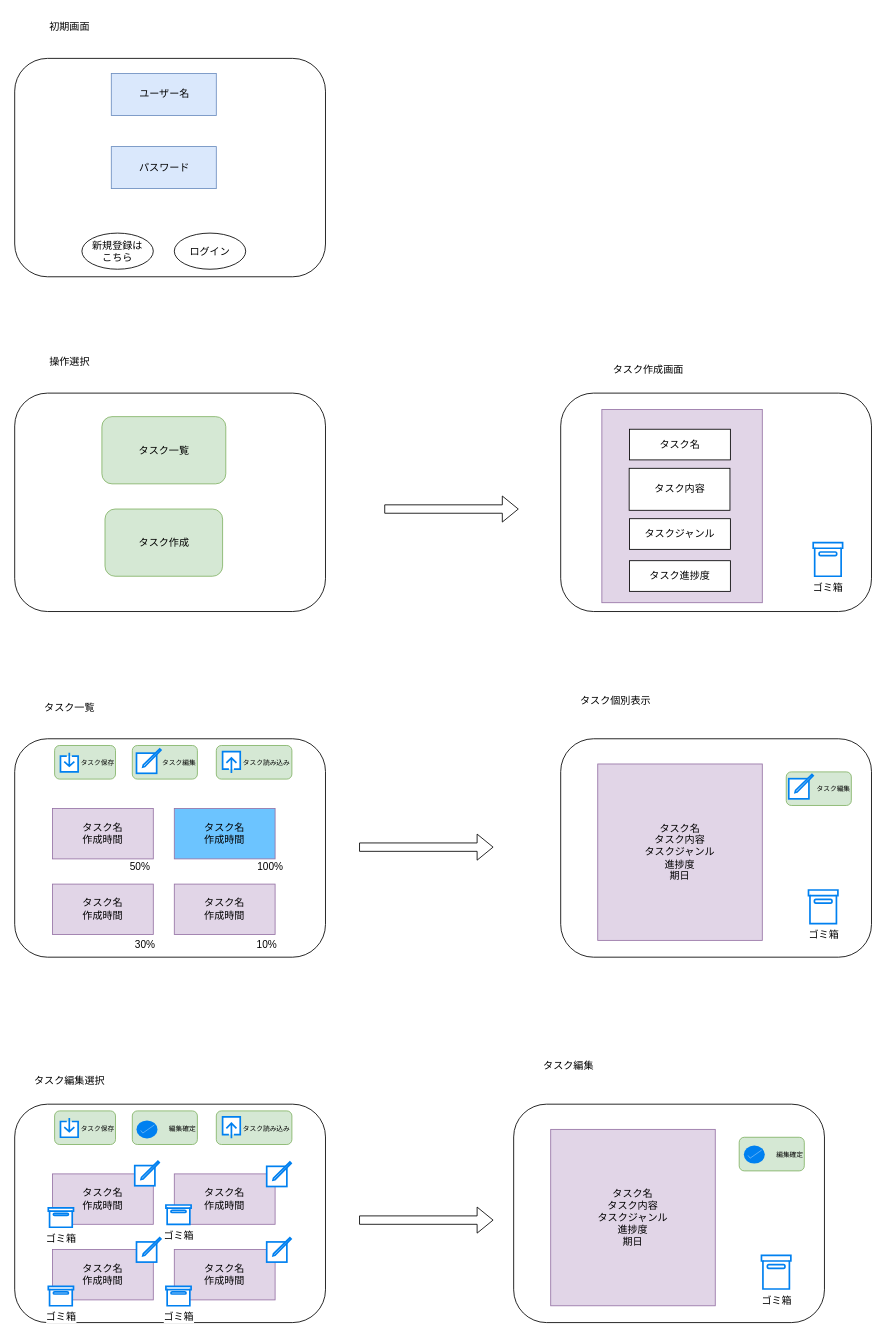
The draw.io diagram 図/screen.drawio in OMOCHInoHOSHI/2025-ToDoapp, before the edit. Source tidied: cells renumbered, new cells numbered last; positions are measured from the earlier drawing's top-left corner, leaving out a move shared by most shapes. Both pictures are drawn from the tidied source at 84%, with x=0, y=0 at pixel (14, 14).
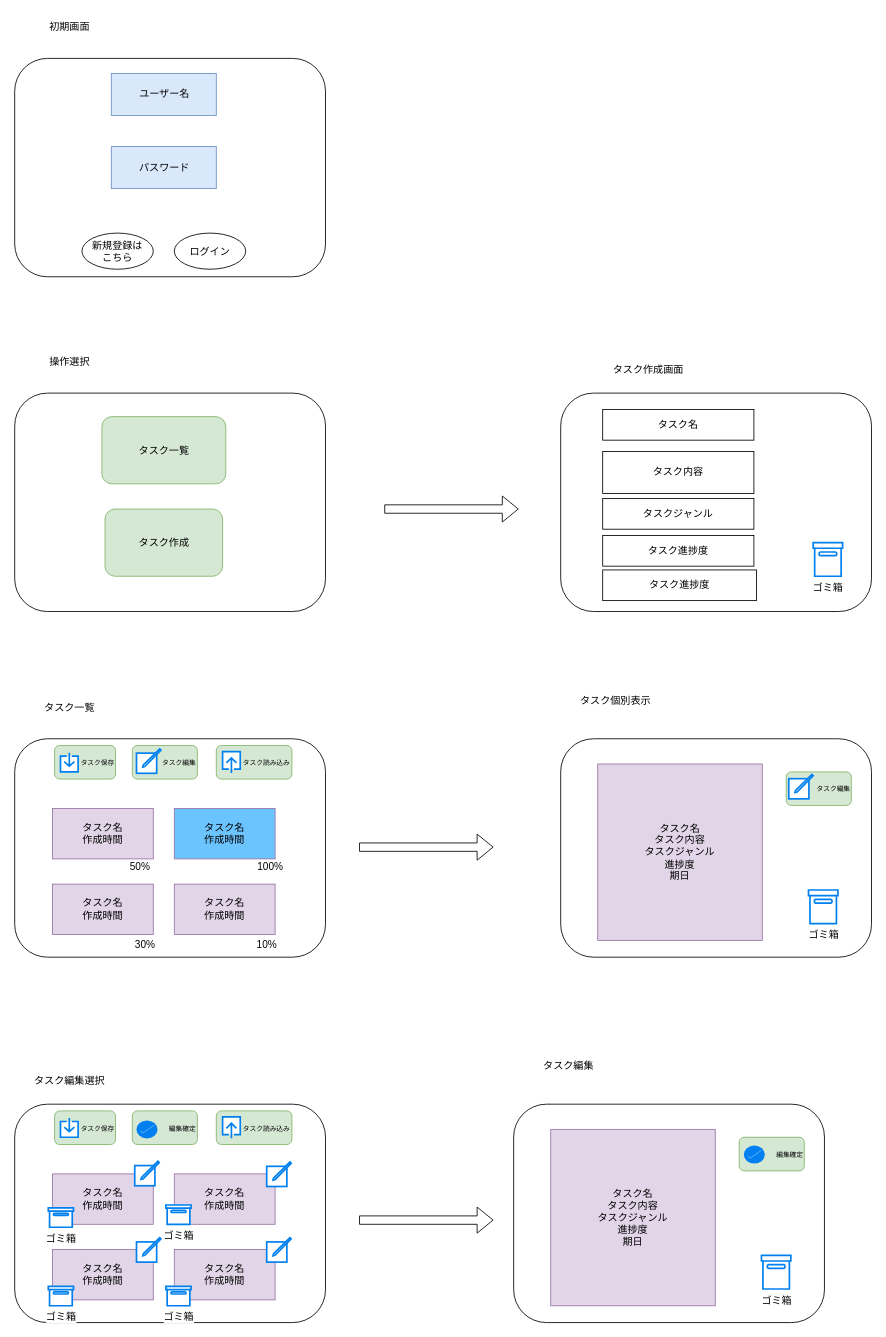
The same page after the edit.

Commit message:
ドメインモデル図 ++で入力データを表現

Diff of the diagram source:
```diff
@@
-    <mxCell id="66" value="&lt;div&gt;&lt;br&gt;&lt;/div&gt;" style="whiteSpace=wrap;html=1;fillColor=#e1d5e7;strokeColor=#9673a6;" parent="1" vertex="1">
-      <mxGeometry x="699" y="470" width="191" height="230" as="geometry" />
-    </mxCell>
@@
     <mxCell id="68" value="タスク名" style="whiteSpace=wrap;html=1;" parent="1" vertex="1">
-      <mxGeometry x="732" y="493.5" width="120" height="36.5" as="geometry" />
+      <mxGeometry x="700" y="470" width="180" height="36.5" as="geometry" />
     </mxCell>
     <mxCell id="69" value="タスク内容" style="whiteSpace=wrap;html=1;" parent="1" vertex="1">
-      <mxGeometry x="731.5" y="540" width="120" height="50" as="geometry" />
+      <mxGeometry x="700" y="520" width="180" height="50" as="geometry" />
     </mxCell>
     <mxCell id="70" value="タスクジャンル" style="whiteSpace=wrap;html=1;" parent="1" vertex="1">
-      <mxGeometry x="732" y="600" width="120" height="36.5" as="geometry" />
+      <mxGeometry x="700" y="576" width="180" height="36.5" as="geometry" />
     </mxCell>
     <mxCell id="71" value="タスク進捗度" style="whiteSpace=wrap;html=1;" parent="1" vertex="1">
-      <mxGeometry x="732" y="650" width="120" height="36.5" as="geometry" />
+      <mxGeometry x="700" y="620" width="180" height="36.5" as="geometry" />
     </mxCell>
@@
+    <mxCell id="73" value="タスク進捗度" style="whiteSpace=wrap;html=1;" parent="1" vertex="1">
+      <mxGeometry x="700" y="661" width="183" height="36.5" as="geometry" />
+    </mxCell>
```
